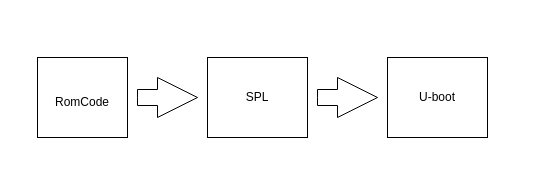
Above: 加载.drawio in AsuraZeng/AI_CARD (draw.io), before the change. Source tidied: cells renumbered, new cells numbered last; positions are measured from the earlier drawing's top-left corner, leaving out a move shared by most shapes. Both pictures are drawn from the tidied source at 100%, with x=0, y=0 at pixel (37, 57).
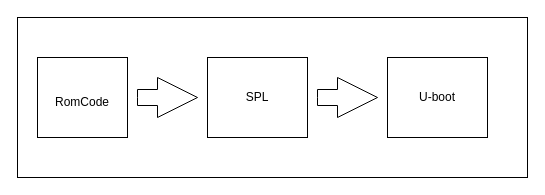
Above is the later version.

Diff of the diagram source:
```diff
@@
 <mxGraphModel>
   <root>
     <mxCell id="0" />
     <mxCell id="1" parent="0" />
+    <mxCell id="8" style="rounded=0;whiteSpace=wrap;html=1;" parent="1" vertex="1">
+      <mxGeometry x="-20" y="-40" width="510" height="160" as="geometry" />
+    </mxCell>
     <mxCell id="2" style="rounded=0;whiteSpace=wrap;html=1;" parent="1" vertex="1">
       <mxGeometry width="90" height="80" as="geometry" />
     </mxCell>
     <mxCell id="3" value="SPL" style="rounded=0;whiteSpace=wrap;html=1;" parent="1" vertex="1">
       <mxGeometry x="170" width="100" height="80" as="geometry" />
     </mxCell>
     <mxCell id="4" value="U-boot" style="rounded=0;whiteSpace=wrap;html=1;" parent="1" vertex="1">
       <mxGeometry x="350" width="100" height="80" as="geometry" />
     </mxCell>
     <mxCell id="5" value="RomCode" style="text;html=1;strokeColor=none;fillColor=none;align=center;verticalAlign=middle;whiteSpace=wrap;rounded=0;" parent="1" vertex="1">
       <mxGeometry x="15" y="30" width="60" height="30" as="geometry" />
     </mxCell>
     <mxCell id="6" style="html=1;shadow=0;dashed=0;align=center;verticalAlign=middle;shape=mxgraph.arrows2.arrow;dy=0.6;dx=40;notch=0;" parent="1" vertex="1">
       <mxGeometry x="100" y="20" width="60" height="40" as="geometry" />
     </mxCell>
     <mxCell id="7" style="html=1;shadow=0;dashed=0;align=center;verticalAlign=middle;shape=mxgraph.arrows2.arrow;dy=0.6;dx=40;notch=0;" parent="1" vertex="1">
       <mxGeometry x="280" y="20" width="60" height="40" as="geometry" />
     </mxCell>
   </root>
 </mxGraphModel>
```
